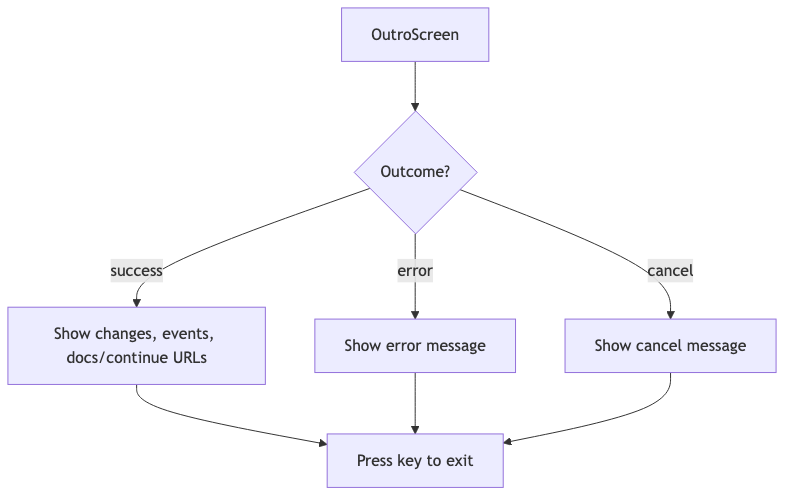
This is docs/diagrams/outro-flow.png from amplitude/wizard, a Mermaid export, as it was before one commit. Its source is kept beside it as docs/diagrams/outro-flow.mmd. Its diagram source:
```mermaid
flowchart TD
    OUTRO["OutroScreen"] --> OUTCOME{Outcome?}
    OUTCOME -->|success| SUCCESS["Show changes, events, docs/continue URLs"]
    OUTCOME -->|error| ERR["Show error message"]
    OUTCOME -->|cancel| CANCEL["Show cancel message"]
    SUCCESS --> EXIT["Press key to exit"]
    ERR --> EXIT
    CANCEL --> EXIT
```
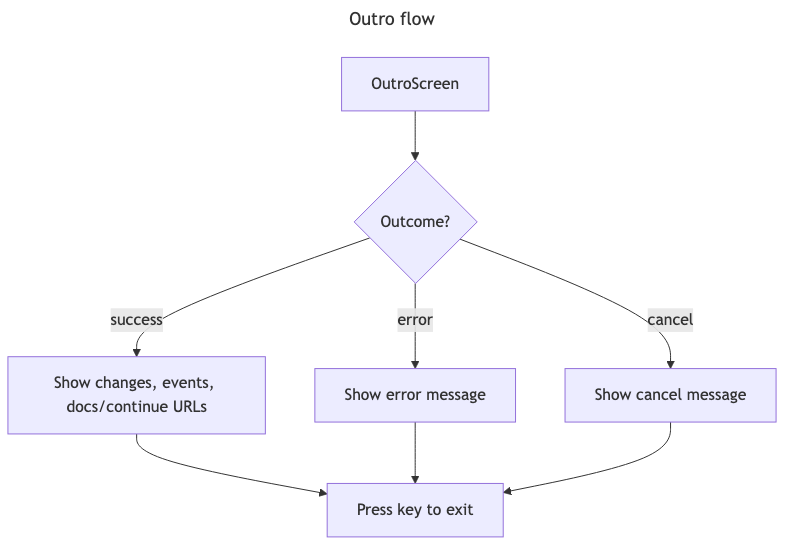
Later version of the same file.

What changed in the source:
```diff
@@ -1,3 +1,6 @@
+---
+title: Outro flow
+---
 flowchart TD
     OUTRO["OutroScreen"] --> OUTCOME{Outcome?}
     OUTCOME -->|success| SUCCESS["Show changes, events, docs/continue URLs"]
```
